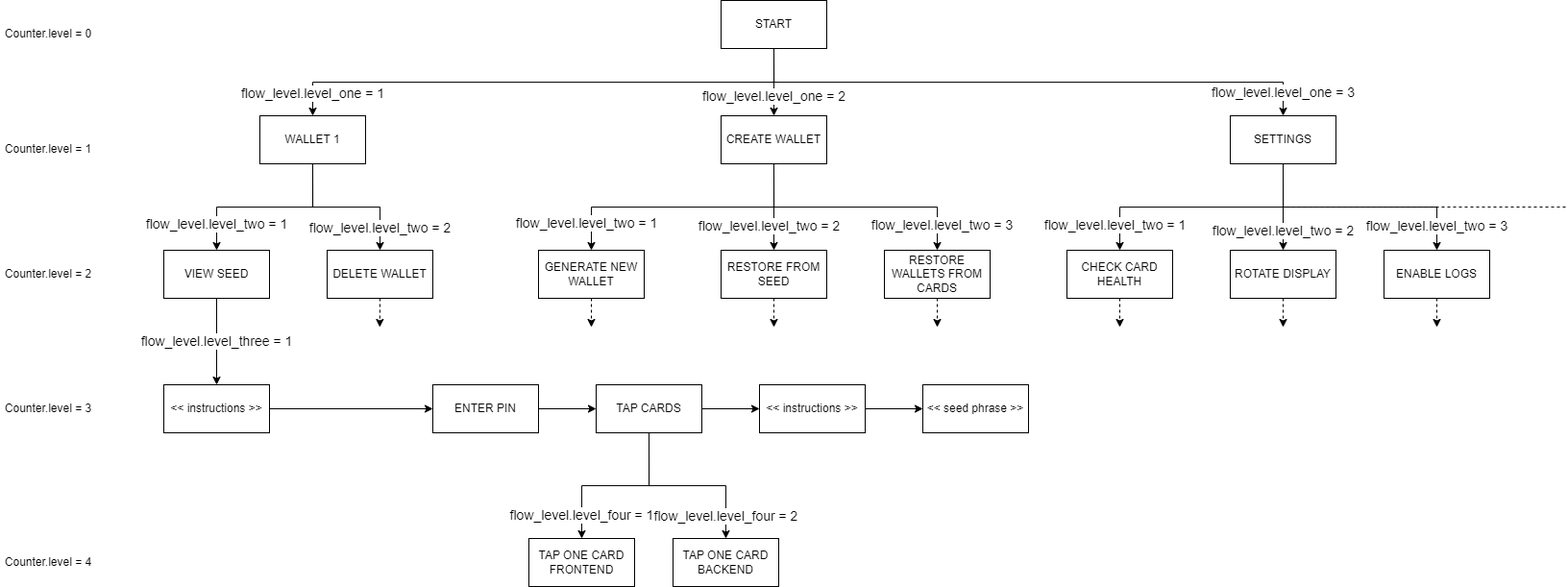
Before: docs/view_seed_flow.png, a diagram exported from draw.io (Cypherock/x1_wallet_firmware). Source tidied: cells renumbered, new cells last; positions are measured from the earlier drawing's top-left corner, leaving out a move shared by most shapes.
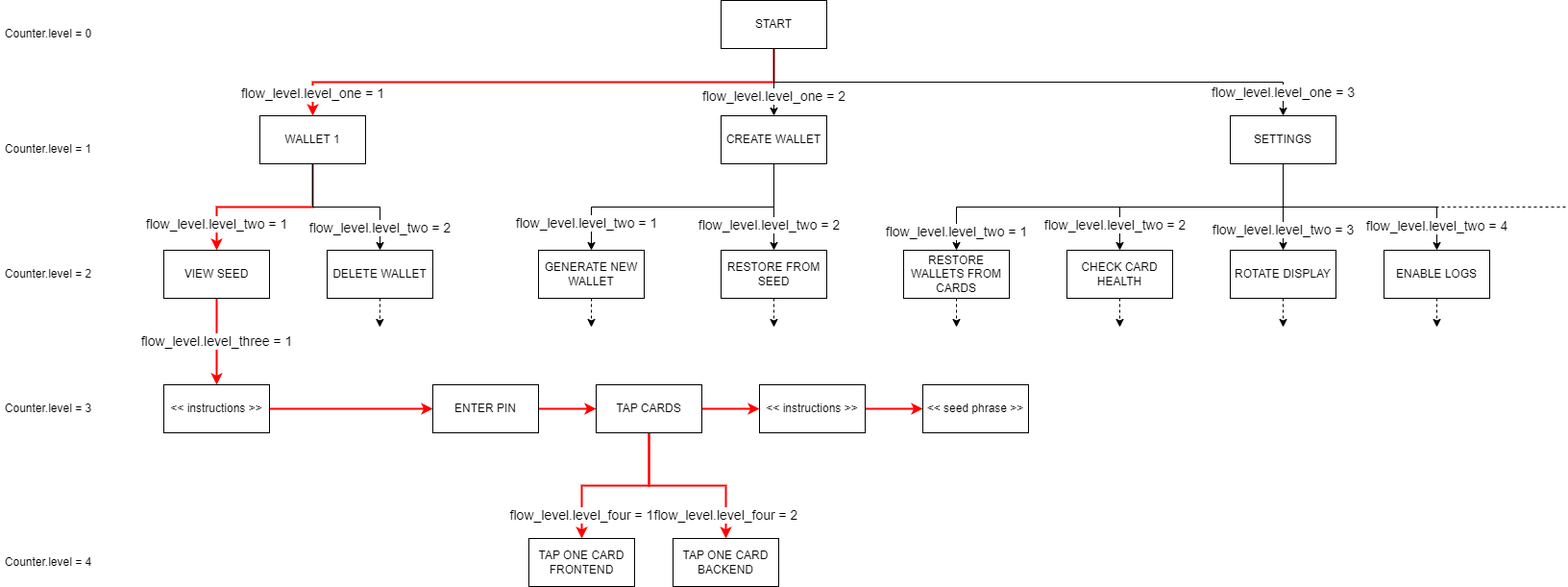
Later version of the same file.

Commit message:
Update correct sample flow diagram

What changed in the source:
```diff
@@ -5,7 +5,7 @@
     <mxCell id="2" value="flow_level.level_one = 3" style="edgeStyle=orthogonalEdgeStyle;rounded=0;jettySize=auto;html=1;exitX=0.5;exitY=1;exitDx=0;exitDy=0;entryX=0.5;entryY=0;entryDx=0;entryDy=0;fontSize=14;" parent="1" edge="1" source="5" target="16">
       <mxGeometry x="0.92" relative="1" as="geometry" />
     </mxCell>
-    <mxCell id="3" value="flow_level.level_one = 1" style="edgeStyle=orthogonalEdgeStyle;rounded=0;jettySize=auto;html=1;exitX=0.5;exitY=1;exitDx=0;exitDy=0;entryX=0.5;entryY=0;entryDx=0;entryDy=0;fontSize=14;" parent="1" edge="1" source="5" target="8">
+    <mxCell id="3" value="flow_level.level_one = 1" style="edgeStyle=orthogonalEdgeStyle;rounded=0;jettySize=auto;html=1;exitX=0.5;exitY=1;exitDx=0;exitDy=0;entryX=0.5;entryY=0;entryDx=0;entryDy=0;fontSize=14;strokeColor=#FF0000;strokeWidth=2;" parent="1" edge="1" source="5" target="8">
       <mxGeometry x="0.92" relative="1" as="geometry" />
     </mxCell>
     <mxCell id="4" value="flow_level.level_one = 2" style="edgeStyle=orthogonalEdgeStyle;rounded=0;jettySize=auto;html=1;exitX=0.5;exitY=1;exitDx=0;exitDy=0;entryX=0.5;entryY=0;entryDx=0;entryDy=0;fontSize=14;" parent="1" edge="1" source="5" target="12">
@@ -19,7 +19,7 @@
     <mxCell id="5" value="START" style="rounded=0;whiteSpace=wrap;html=1;" parent="1" vertex="1">
       <mxGeometry x="750" width="110" height="50" as="geometry" />
     </mxCell>
-    <mxCell id="6" value="flow_level.level_two = 1" style="edgeStyle=orthogonalEdgeStyle;rounded=0;jettySize=auto;html=1;exitX=0.5;exitY=1;exitDx=0;exitDy=0;entryX=0.5;entryY=0;entryDx=0;entryDy=0;fontSize=14;" parent="1" edge="1" source="8" target="18">
+    <mxCell id="6" value="flow_level.level_two = 1" style="edgeStyle=orthogonalEdgeStyle;rounded=0;jettySize=auto;html=1;exitX=0.5;exitY=1;exitDx=0;exitDy=0;entryX=0.5;entryY=0;entryDx=0;entryDy=0;fontSize=14;strokeColor=#FF0000;strokeWidth=2;" parent="1" edge="1" source="8" target="18">
       <mxGeometry x="0.71" relative="1" as="geometry" />
     </mxCell>
     <mxCell id="7" value="flow_level.level_two = 2" style="edgeStyle=orthogonalEdgeStyle;rounded=0;jettySize=auto;html=1;exitX=0.5;exitY=1;exitDx=0;exitDy=0;entryX=0.5;entryY=0;entryDx=0;entryDy=0;fontSize=14;" parent="1" edge="1" source="8" target="20">
@@ -34,25 +34,25 @@
     <mxCell id="10" value="flow_level.level_two = 2" style="edgeStyle=orthogonalEdgeStyle;rounded=0;jettySize=auto;html=1;exitX=0.5;exitY=1;exitDx=0;exitDy=0;entryX=0.5;entryY=0;entryDx=0;entryDy=0;fontSize=14;" parent="1" edge="1" source="12" target="22">
       <mxGeometry x="0.43" y="-5" relative="1" as="geometry" />
     </mxCell>
-    <mxCell id="11" value="flow_level.level_two = 3" style="edgeStyle=orthogonalEdgeStyle;rounded=0;jettySize=auto;html=1;exitX=0.5;exitY=1;exitDx=0;exitDy=0;entryX=0.5;entryY=0;entryDx=0;entryDy=0;fontSize=14;" parent="1" edge="1" source="12" target="23">
-      <mxGeometry x="0.8" y="5" relative="1" as="geometry" />
-    </mxCell>
     <mxCell id="12" value="CREATE WALLET" style="rounded=0;whiteSpace=wrap;html=1;" parent="1" vertex="1">
       <mxGeometry x="750" y="120" width="110" height="50" as="geometry" />
     </mxCell>
-    <mxCell id="13" value="flow_level.level_two = 1" style="edgeStyle=orthogonalEdgeStyle;rounded=0;jettySize=auto;html=1;exitX=0.5;exitY=1;exitDx=0;exitDy=0;entryX=0.5;entryY=0;entryDx=0;entryDy=0;fontSize=14;" parent="1" edge="1" source="16" target="24">
+    <mxCell id="13" value="flow_level.level_two = 2" style="edgeStyle=orthogonalEdgeStyle;rounded=0;jettySize=auto;html=1;exitX=0.5;exitY=1;exitDx=0;exitDy=0;entryX=0.5;entryY=0;entryDx=0;entryDy=0;fontSize=14;" parent="1" edge="1" source="16" target="24">
       <mxGeometry x="0.8" y="-5" relative="1" as="geometry" />
     </mxCell>
-    <mxCell id="14" value="flow_level.level_two = 2" style="edgeStyle=orthogonalEdgeStyle;rounded=0;jettySize=auto;html=1;exitX=0.5;exitY=1;exitDx=0;exitDy=0;entryX=0.5;entryY=0;entryDx=0;entryDy=0;fontSize=14;" parent="1" edge="1" source="16" target="25">
+    <mxCell id="14" value="flow_level.level_two = 3" style="edgeStyle=orthogonalEdgeStyle;rounded=0;jettySize=auto;html=1;exitX=0.5;exitY=1;exitDx=0;exitDy=0;entryX=0.5;entryY=0;entryDx=0;entryDy=0;fontSize=14;" parent="1" edge="1" source="16" target="25">
       <mxGeometry x="0.54" relative="1" as="geometry" />
     </mxCell>
-    <mxCell id="15" value="flow_level.level_two = 3" style="edgeStyle=orthogonalEdgeStyle;rounded=0;jettySize=auto;html=1;exitX=0.5;exitY=1;exitDx=0;exitDy=0;entryX=0.5;entryY=0;entryDx=0;entryDy=0;fontSize=14;" parent="1" edge="1" source="16" target="26">
+    <mxCell id="15" value="flow_level.level_two = 4" style="edgeStyle=orthogonalEdgeStyle;rounded=0;jettySize=auto;html=1;exitX=0.5;exitY=1;exitDx=0;exitDy=0;entryX=0.5;entryY=0;entryDx=0;entryDy=0;fontSize=14;" parent="1" edge="1" source="16" target="26">
       <mxGeometry x="0.8" relative="1" as="geometry" />
     </mxCell>
+    <mxCell id="52" value="flow_level.level_two = 1" style="edgeStyle=orthogonalEdgeStyle;rounded=0;jettySize=auto;html=1;exitX=0.5;exitY=1;exitDx=0;exitDy=0;entryX=0.5;entryY=0;entryDx=0;entryDy=0;fontSize=14;" parent="1" edge="1" source="16" target="23">
+      <mxGeometry x="0.91" relative="1" as="geometry" />
+    </mxCell>
     <mxCell id="16" value="SETTINGS" style="rounded=0;whiteSpace=wrap;html=1;" parent="1" vertex="1">
       <mxGeometry x="1280" y="120" width="110" height="50" as="geometry" />
     </mxCell>
-    <mxCell id="17" value="flow_level.level_three = 1" style="edgeStyle=orthogonalEdgeStyle;rounded=0;jettySize=auto;html=1;exitX=0.5;exitY=1;exitDx=0;exitDy=0;entryX=0.5;entryY=0;entryDx=0;entryDy=0;fontSize=14;" parent="1" edge="1" source="18" target="35">
+    <mxCell id="17" value="flow_level.level_three = 1" style="edgeStyle=orthogonalEdgeStyle;rounded=0;jettySize=auto;html=1;exitX=0.5;exitY=1;exitDx=0;exitDy=0;entryX=0.5;entryY=0;entryDx=0;entryDy=0;fontSize=14;strokeColor=#FF0000;strokeWidth=2;" parent="1" edge="1" source="18" target="35">
       <mxGeometry relative="1" as="geometry" />
     </mxCell>
     <mxCell id="18" value="VIEW SEED" style="rounded=0;whiteSpace=wrap;html=1;" parent="1" vertex="1">
@@ -73,7 +73,7 @@
       <mxGeometry x="750" y="260" width="110" height="50" as="geometry" />
     </mxCell>
     <mxCell id="23" value="RESTORE WALLETS FROM CARDS" style="rounded=0;whiteSpace=wrap;html=1;" parent="1" vertex="1">
-      <mxGeometry x="920" y="260" width="110" height="50" as="geometry" />
+      <mxGeometry x="940" y="260" width="110" height="50" as="geometry" />
     </mxCell>
     <mxCell id="24" value="CHECK CARD HEALTH" style="rounded=0;whiteSpace=wrap;html=1;" parent="1" vertex="1">
       <mxGeometry x="1110" y="260" width="110" height="50" as="geometry" />
@@ -104,7 +104,7 @@
     </mxCell>
     <mxCell id="30" style="edgeStyle=orthogonalEdgeStyle;rounded=0;jettySize=auto;html=1;exitX=0.5;exitY=1;exitDx=0;exitDy=0;dashed=1;" parent="1" edge="1" source="23">
       <mxGeometry relative="1" as="geometry">
-        <mxPoint x="975" y="340" as="targetPoint" />
+        <mxPoint x="995" y="340" as="targetPoint" />
       </mxGeometry>
     </mxCell>
     <mxCell id="31" style="edgeStyle=orthogonalEdgeStyle;rounded=0;jettySize=auto;html=1;exitX=0.5;exitY=1;exitDx=0;exitDy=0;dashed=1;" parent="1" edge="1" source="24">
@@ -122,31 +122,31 @@
         <mxPoint x="1495" y="340" as="targetPoint" />
       </mxGeometry>
     </mxCell>
-    <mxCell id="34" style="edgeStyle=orthogonalEdgeStyle;rounded=0;jettySize=auto;html=1;exitX=1;exitY=0.5;exitDx=0;exitDy=0;entryX=0;entryY=0.5;entryDx=0;entryDy=0;fontSize=14;" parent="1" edge="1" source="35" target="37">
+    <mxCell id="34" style="edgeStyle=orthogonalEdgeStyle;rounded=0;jettySize=auto;html=1;exitX=1;exitY=0.5;exitDx=0;exitDy=0;entryX=0;entryY=0.5;entryDx=0;entryDy=0;fontSize=14;strokeColor=#FF0000;strokeWidth=2;" parent="1" edge="1" source="35" target="37">
       <mxGeometry relative="1" as="geometry" />
     </mxCell>
     <mxCell id="35" value="&amp;lt;&amp;lt; instructions &amp;gt;&amp;gt;" style="rounded=0;whiteSpace=wrap;html=1;" parent="1" vertex="1">
       <mxGeometry x="170" y="400" width="110" height="50" as="geometry" />
     </mxCell>
-    <mxCell id="36" style="edgeStyle=orthogonalEdgeStyle;rounded=0;jettySize=auto;html=1;exitX=1;exitY=0.5;exitDx=0;exitDy=0;entryX=0;entryY=0.5;entryDx=0;entryDy=0;fontSize=14;" parent="1" edge="1" source="37" target="41">
+    <mxCell id="36" style="edgeStyle=orthogonalEdgeStyle;rounded=0;jettySize=auto;html=1;exitX=1;exitY=0.5;exitDx=0;exitDy=0;entryX=0;entryY=0.5;entryDx=0;entryDy=0;fontSize=14;strokeColor=#FF0000;strokeWidth=2;" parent="1" edge="1" source="37" target="41">
       <mxGeometry relative="1" as="geometry" />
     </mxCell>
     <mxCell id="37" value="ENTER PIN" style="rounded=0;whiteSpace=wrap;html=1;" parent="1" vertex="1">
       <mxGeometry x="450" y="400" width="110" height="50" as="geometry" />
     </mxCell>
-    <mxCell id="38" style="edgeStyle=orthogonalEdgeStyle;rounded=0;jettySize=auto;html=1;exitX=1;exitY=0.5;exitDx=0;exitDy=0;entryX=0;entryY=0.5;entryDx=0;entryDy=0;fontSize=14;" parent="1" edge="1" source="41" target="43">
+    <mxCell id="38" style="edgeStyle=orthogonalEdgeStyle;rounded=0;jettySize=auto;html=1;exitX=1;exitY=0.5;exitDx=0;exitDy=0;entryX=0;entryY=0.5;entryDx=0;entryDy=0;fontSize=14;strokeColor=#FF0000;strokeWidth=2;" parent="1" edge="1" source="41" target="43">
       <mxGeometry relative="1" as="geometry" />
     </mxCell>
-    <mxCell id="39" value="flow_level.level_four = 1" style="edgeStyle=orthogonalEdgeStyle;rounded=0;jettySize=auto;html=1;exitX=0.5;exitY=1;exitDx=0;exitDy=0;entryX=0.5;entryY=0;entryDx=0;entryDy=0;fontSize=14;" parent="1" edge="1" source="41" target="45">
+    <mxCell id="39" value="flow_level.level_four = 1" style="edgeStyle=orthogonalEdgeStyle;rounded=0;jettySize=auto;html=1;exitX=0.5;exitY=1;exitDx=0;exitDy=0;entryX=0.5;entryY=0;entryDx=0;entryDy=0;fontSize=14;strokeColor=#FF0000;strokeWidth=2;" parent="1" edge="1" source="41" target="45">
       <mxGeometry x="0.73" relative="1" as="geometry" />
     </mxCell>
-    <mxCell id="40" value="flow_level.level_four = 2" style="edgeStyle=orthogonalEdgeStyle;rounded=0;jettySize=auto;html=1;exitX=0.5;exitY=1;exitDx=0;exitDy=0;entryX=0.5;entryY=0;entryDx=0;entryDy=0;fontSize=14;" parent="1" edge="1" source="41" target="46">
+    <mxCell id="40" value="flow_level.level_four = 2" style="edgeStyle=orthogonalEdgeStyle;rounded=0;jettySize=auto;html=1;exitX=0.5;exitY=1;exitDx=0;exitDy=0;entryX=0.5;entryY=0;entryDx=0;entryDy=0;fontSize=14;strokeColor=#FF0000;strokeWidth=2;" parent="1" edge="1" source="41" target="46">
       <mxGeometry x="0.75" relative="1" as="geometry" />
     </mxCell>
     <mxCell id="41" value="TAP CARDS" style="rounded=0;whiteSpace=wrap;html=1;" parent="1" vertex="1">
       <mxGeometry x="620" y="400" width="110" height="50" as="geometry" />
     </mxCell>
-    <mxCell id="42" style="edgeStyle=orthogonalEdgeStyle;rounded=0;jettySize=auto;html=1;exitX=1;exitY=0.5;exitDx=0;exitDy=0;entryX=0;entryY=0.5;entryDx=0;entryDy=0;fontSize=14;" parent="1" edge="1" source="43" target="44">
+    <mxCell id="42" style="edgeStyle=orthogonalEdgeStyle;rounded=0;jettySize=auto;html=1;exitX=1;exitY=0.5;exitDx=0;exitDy=0;entryX=0;entryY=0.5;entryDx=0;entryDy=0;fontSize=14;strokeColor=#FF0000;strokeWidth=2;" parent="1" edge="1" source="43" target="44">
       <mxGeometry relative="1" as="geometry" />
     </mxCell>
     <mxCell id="43" value="&amp;lt;&amp;lt; instructions &amp;gt;&amp;gt;" style="rounded=0;whiteSpace=wrap;html=1;" parent="1" vertex="1">
```
